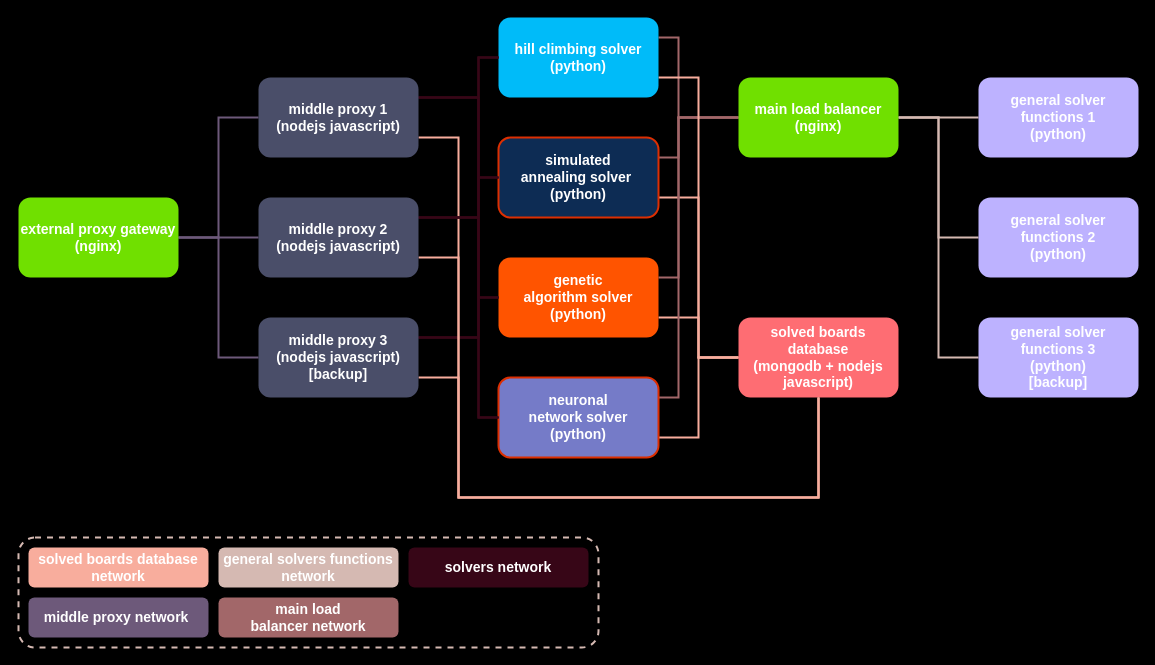
Before: images/sudoku_solver.drawio in joseesco24/sudoku_solver, a draw.io diagram. Source tidied: cells renumbered, new cells numbered last; positions are measured from the earlier drawing's top-left corner, leaving out a move shared by most shapes. Both pictures are drawn from the tidied source at 100%, with x=0, y=0 at pixel (18, 17).
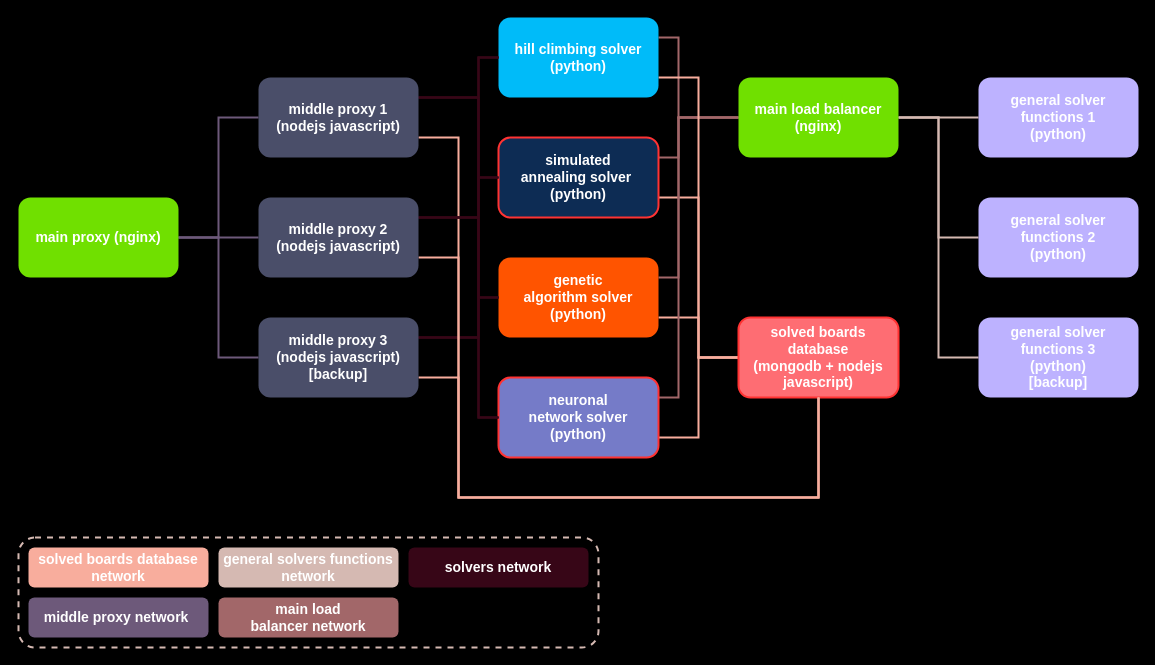
The same diagram, later.

Commit message (it also covers changes not shown here):
se cambio el nombre del proxy esterior de external proxy gateway a main proxy, tambien se cambairon las definiciones de varias variables de entorno para empezar a etandarizar las variables

Diff of the diagram source:
```diff
@@
-    <mxCell id="6" value="&lt;font color=&quot;#ffffff&quot;&gt;&lt;span style=&quot;font-size: 14px&quot;&gt;&lt;b&gt;external proxy gateway (nginx)&lt;/b&gt;&lt;/span&gt;&lt;br&gt;&lt;/font&gt;" style="rounded=1;whiteSpace=wrap;html=1;strokeWidth=2;fillColor=#70e000;strokeColor=none;" parent="1" vertex="1">
+    <mxCell id="6" value="&lt;font color=&quot;#ffffff&quot;&gt;&lt;span style=&quot;font-size: 14px&quot;&gt;&lt;b&gt;main proxy&lt;/b&gt;&lt;/span&gt;&lt;b style=&quot;font-size: 14px&quot;&gt;&amp;nbsp;(nginx)&lt;/b&gt;&lt;br&gt;&lt;/font&gt;" style="rounded=1;whiteSpace=wrap;html=1;strokeWidth=2;fillColor=#70e000;strokeColor=none;" parent="1" vertex="1">
       <mxGeometry y="180" width="160" height="80" as="geometry" />
     </mxCell>
@@
-    <mxCell id="9" value="&lt;b&gt;&lt;font color=&quot;#ffffff&quot;&gt;&lt;span style=&quot;font-size: 14px&quot;&gt;simulated annealing&amp;nbsp;solver&amp;nbsp;&lt;br&gt;&lt;/span&gt;&lt;/font&gt;&lt;span style=&quot;color: rgb(255 , 255 , 255) ; font-size: 14px&quot;&gt;(python)&lt;/span&gt;&lt;/b&gt;" style="rounded=1;whiteSpace=wrap;html=1;strokeWidth=2;fillColor=#0d2c54;strokeColor=#dc2f02;" parent="1" vertex="1">
+    <mxCell id="9" value="&lt;b&gt;&lt;font color=&quot;#ffffff&quot;&gt;&lt;span style=&quot;font-size: 14px&quot;&gt;simulated annealing&amp;nbsp;solver&amp;nbsp;&lt;br&gt;&lt;/span&gt;&lt;/font&gt;&lt;span style=&quot;color: rgb(255 , 255 , 255) ; font-size: 14px&quot;&gt;(python)&lt;/span&gt;&lt;/b&gt;" style="rounded=1;whiteSpace=wrap;html=1;strokeWidth=2;fillColor=#0d2c54;strokeColor=#FF3333;" parent="1" vertex="1">
       <mxGeometry x="480" y="120" width="160" height="80" as="geometry" />
     </mxCell>
@@
-    <mxCell id="15" value="&lt;font color=&quot;#ffffff&quot;&gt;&lt;span style=&quot;font-size: 14px&quot;&gt;&lt;b&gt;neuronal network&amp;nbsp;solver (python)&lt;/b&gt;&lt;/span&gt;&lt;/font&gt;" style="rounded=1;whiteSpace=wrap;html=1;strokeWidth=2;fillColor=#757bc8;strokeColor=#dc2f02;" parent="1" vertex="1">
+    <mxCell id="15" value="&lt;font color=&quot;#ffffff&quot;&gt;&lt;span style=&quot;font-size: 14px&quot;&gt;&lt;b&gt;neuronal network&amp;nbsp;solver (python)&lt;/b&gt;&lt;/span&gt;&lt;/font&gt;" style="rounded=1;whiteSpace=wrap;html=1;strokeWidth=2;fillColor=#757bc8;strokeColor=#FF3333;" parent="1" vertex="1">
       <mxGeometry x="480" y="360" width="160" height="80" as="geometry" />
     </mxCell>
@@
-    <mxCell id="23" value="&lt;font color=&quot;#ffffff&quot;&gt;&lt;span style=&quot;font-size: 14px&quot;&gt;&lt;b&gt;solved boards database &lt;br&gt;(mongodb + nodejs javascript)&lt;/b&gt;&lt;/span&gt;&lt;/font&gt;" style="rounded=1;whiteSpace=wrap;html=1;strokeWidth=2;glass=0;shadow=0;sketch=0;fillColor=#fe6d73;strokeColor=none;" parent="1" vertex="1">
+    <mxCell id="23" value="&lt;font color=&quot;#ffffff&quot;&gt;&lt;span style=&quot;font-size: 14px&quot;&gt;&lt;b&gt;solved boards database &lt;br&gt;(mongodb + nodejs javascript)&lt;/b&gt;&lt;/span&gt;&lt;/font&gt;" style="rounded=1;whiteSpace=wrap;html=1;strokeWidth=2;glass=0;shadow=0;sketch=0;fillColor=#fe6d73;strokeColor=#FF3333;" parent="1" vertex="1">
       <mxGeometry x="720" y="300" width="160" height="80" as="geometry" />
     </mxCell>
```
